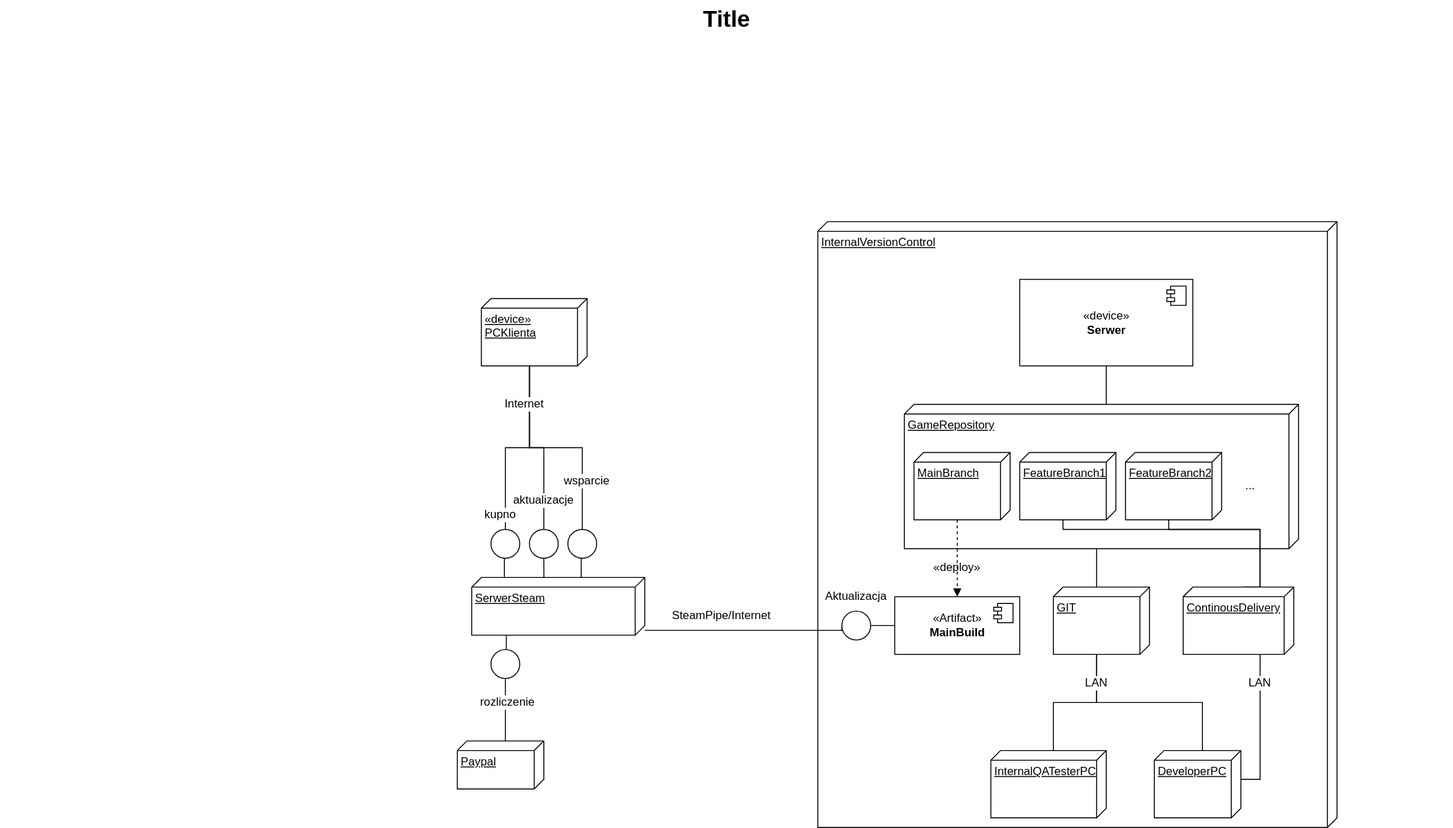
Before: 3. dokumentacja projektowa i wdrożeniowa/d. diagramy wdrożeniowe/MayaWdrozenieDiag.svg, a diagram exported from draw.io (4cer/maya-slasher). Source tidied: cells renumbered, new cells last; positions are measured from the earlier drawing's top-left corner, leaving out a move shared by most shapes.
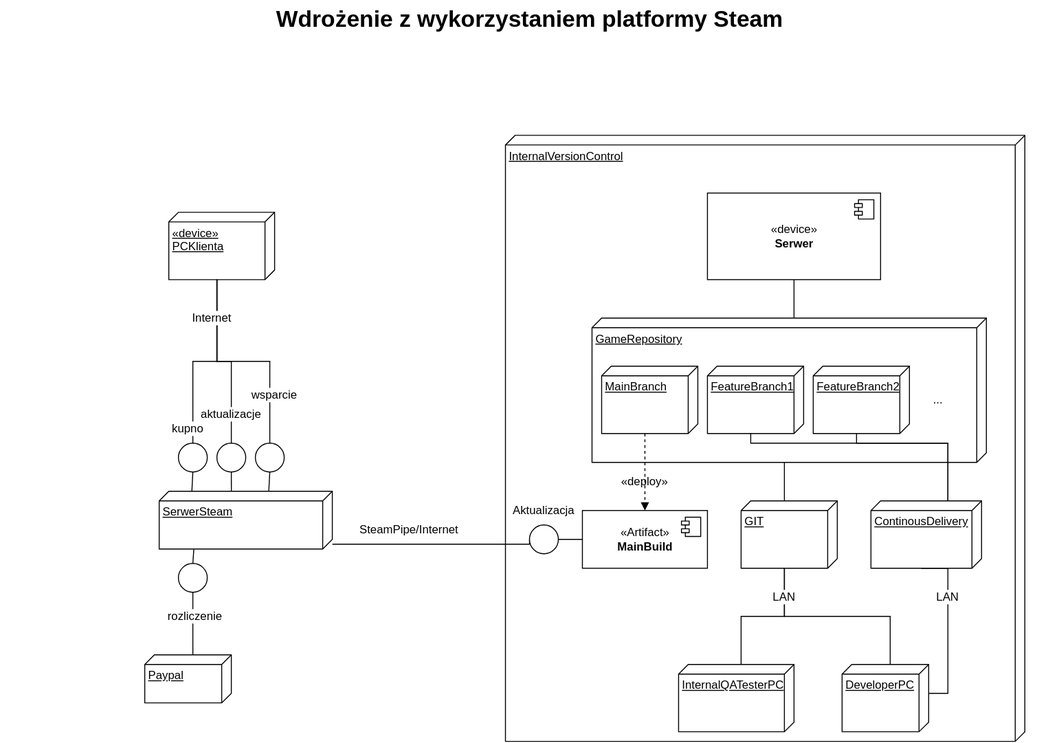
The same file after the commit.

The edit, as a diff of the source:
```diff
@@ -2,8 +2,8 @@
   <root>
     <mxCell id="0" style="html=1;" />
     <mxCell id="1" style="html=1;" parent="0" />
-    <mxCell id="2" value="Title" style="text;strokeColor=none;fillColor=none;html=1;fontSize=24;fontStyle=1;verticalAlign=middle;align=center;" parent="1" vertex="1">
-      <mxGeometry width="1510" height="40" as="geometry" />
+    <mxCell id="2" value="Wdrożenie z wykorzystaniem platformy Steam" style="text;strokeColor=none;fillColor=none;html=1;fontSize=24;fontStyle=1;verticalAlign=middle;align=center;" parent="1" vertex="1">
+      <mxGeometry x="325" y="90" width="1100" height="40" as="geometry" />
     </mxCell>
     <mxCell id="3" value="&lt;div&gt;SerwerSteam&lt;/div&gt;" style="verticalAlign=top;align=left;spacingTop=8;spacingLeft=2;spacingRight=12;shape=cube;size=10;direction=south;fontStyle=4;html=1;" parent="1" vertex="1">
       <mxGeometry x="490" y="600" width="180" height="60" as="geometry" />
```
